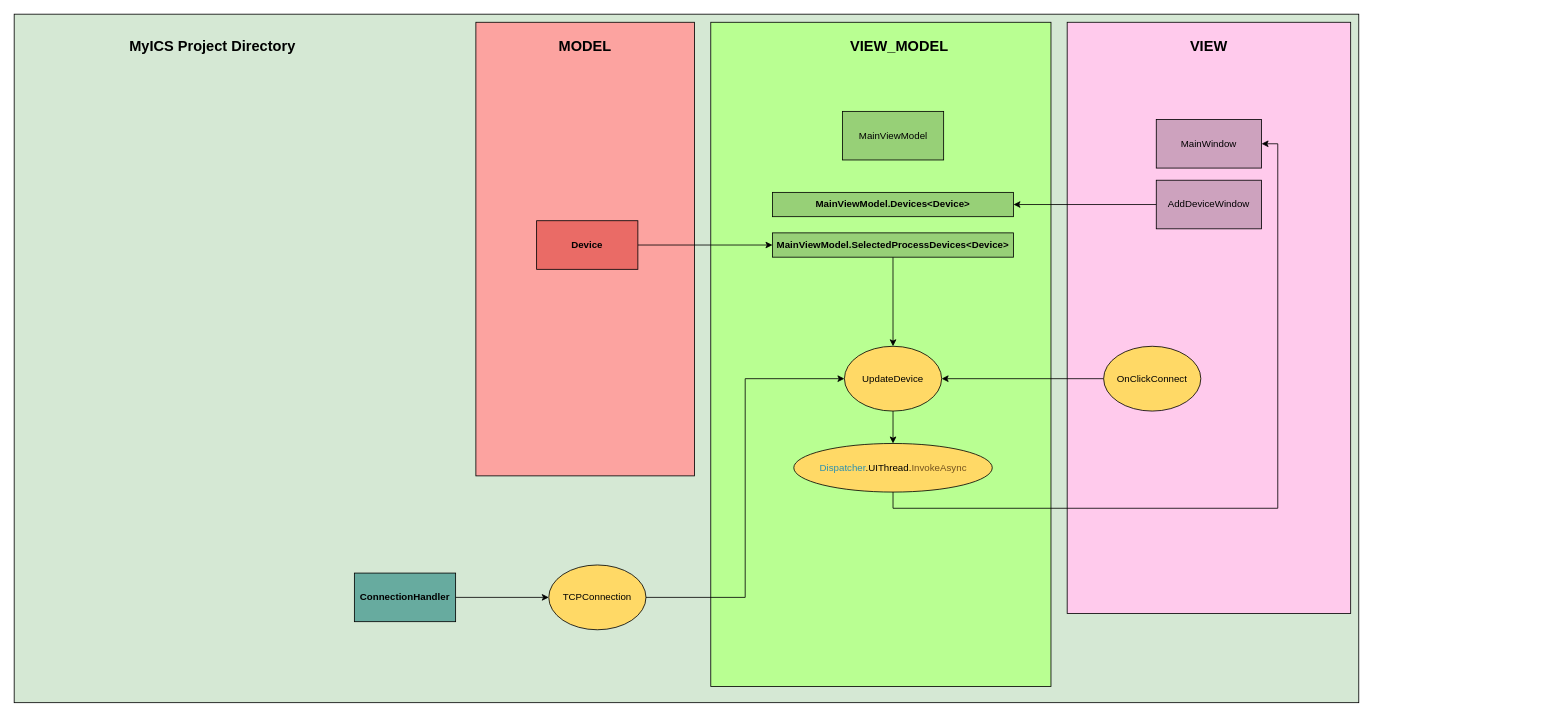
reccejack/MyICS_2.1_Working keeps this draw.io diagram as page "Logic MindMap" (8 of 11) of MyICSv2.1-LOGIC-GeneralSchema.drawio. Above is the earlier version. Source tidied: cells renumbered, new cells numbered last; positions are measured from the earlier drawing's top-left corner, leaving out a move shared by most shapes. Both pictures are drawn from the tidied source at 81%, with x=0, y=0 at pixel (14, 14).
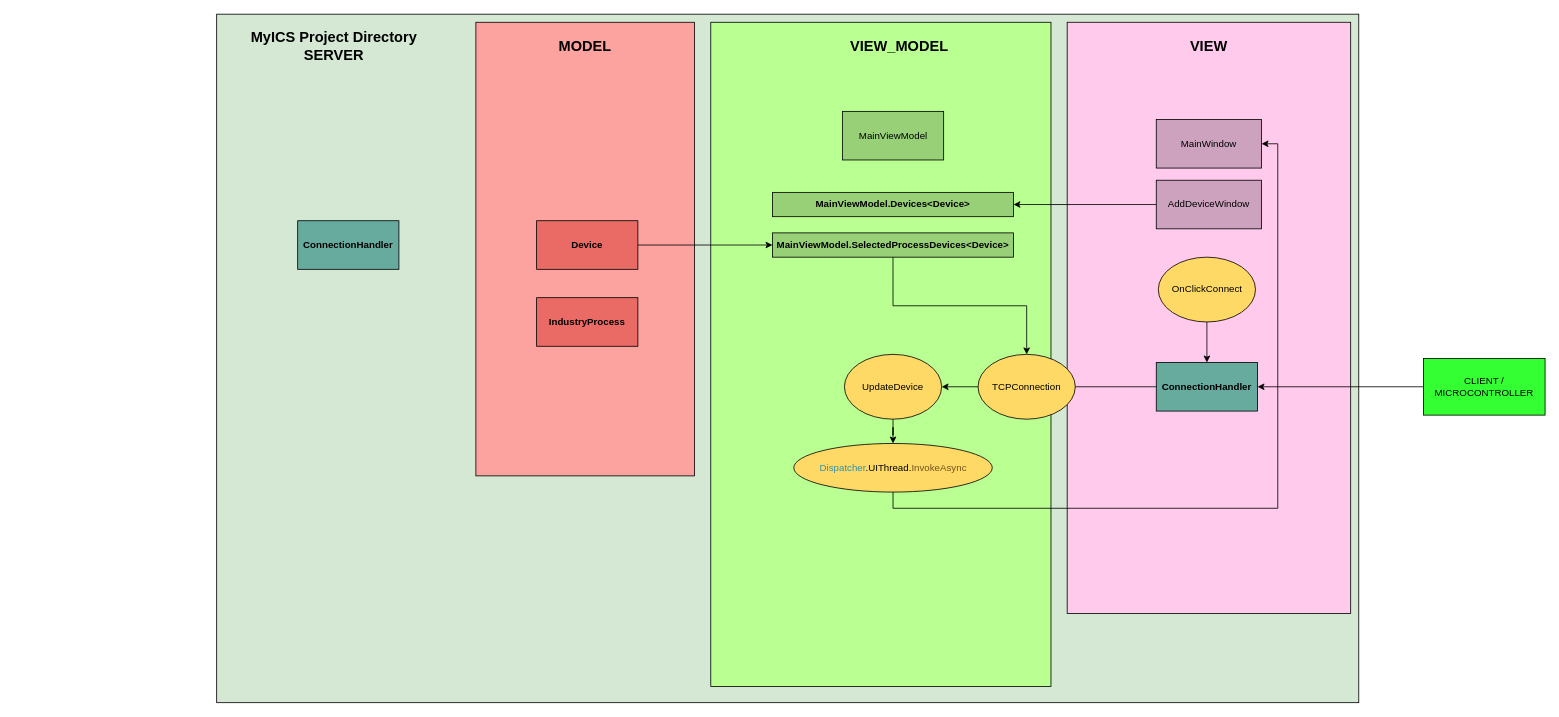
After the change.

Unchanged cells that the change refers to:
```xml
<mxCell id="16" value="&lt;b&gt;MainViewModel.SelectedProcessDevices&amp;lt;Device&amp;gt;&lt;/b&gt;" style="rounded=0;whiteSpace=wrap;html=1;fillColor=#97D077;" parent="1" vertex="1">
  <mxGeometry x="936.2" y="270" width="297.5" height="30" as="geometry" />
</mxCell>
```

Change to the diagram source:
```diff
@@
     <mxCell id="2" style="rounded=0;whiteSpace=wrap;html=1;fillColor=#D5E8D4;" parent="1" vertex="1">
-      <mxGeometry width="1660" height="850" as="geometry" />
+      <mxGeometry x="250" width="1410" height="850" as="geometry" />
     </mxCell>
@@
     <mxCell id="12" value="UpdateDevice" style="ellipse;whiteSpace=wrap;html=1;fillColor=#FFD966;" parent="1" vertex="1">
-      <mxGeometry x="1025" y="410" width="120" height="80" as="geometry" />
+      <mxGeometry x="1025" y="420" width="120" height="80" as="geometry" />
     </mxCell>
-    <mxCell id="13" style="edgeStyle=orthogonalEdgeStyle;rounded=0;jettySize=auto;html=1;exitX=0;exitY=0.5;exitDx=0;exitDy=0;entryX=1;entryY=0.5;entryDx=0;entryDy=0;" parent="1" edge="1" source="14" target="12">
-      <mxGeometry relative="1" as="geometry" />
-    </mxCell>
+    <mxCell id="30" style="edgeStyle=orthogonalEdgeStyle;rounded=0;jettySize=auto;html=1;exitX=0.5;exitY=1;exitDx=0;exitDy=0;entryX=0.5;entryY=0;entryDx=0;entryDy=0;" parent="1" edge="1" source="14" target="33">
+      <mxGeometry relative="1" as="geometry" />
+    </mxCell>
     <mxCell id="14" value="OnClickConnect" style="ellipse;whiteSpace=wrap;html=1;fillColor=#FFD966;" parent="1" vertex="1">
-      <mxGeometry x="1345" y="410" width="120" height="80" as="geometry" />
+      <mxGeometry x="1412.5" y="300" width="120" height="80" as="geometry" />
     </mxCell>
-    <mxCell id="15" style="edgeStyle=orthogonalEdgeStyle;rounded=0;jettySize=auto;html=1;exitX=0.5;exitY=1;exitDx=0;exitDy=0;" parent="1" edge="1" source="16" target="12">
+    <mxCell id="15" style="edgeStyle=orthogonalEdgeStyle;rounded=0;jettySize=auto;html=1;exitX=0.5;exitY=1;exitDx=0;exitDy=0;entryX=0.5;entryY=0;entryDx=0;entryDy=0;" parent="1" edge="1" source="16" target="29">
       <mxGeometry relative="1" as="geometry" />
     </mxCell>
@@
-    <mxCell id="22" value="&lt;b&gt;&lt;font style=&quot;font-size: 18px&quot;&gt;MyICS Project Directory&lt;/font&gt;&lt;/b&gt;" style="text;html=1;strokeColor=none;fillColor=none;align=center;verticalAlign=middle;whiteSpace=wrap;rounded=0;" parent="1" vertex="1">
-      <mxGeometry x="130" y="20" width="230" height="40" as="geometry" />
+    <mxCell id="22" value="&lt;b&gt;&lt;font style=&quot;font-size: 18px&quot;&gt;MyICS Project Directory&lt;br&gt;SERVER&lt;br&gt;&lt;/font&gt;&lt;/b&gt;" style="text;html=1;strokeColor=none;fillColor=none;align=center;verticalAlign=middle;whiteSpace=wrap;rounded=0;" parent="1" vertex="1">
+      <mxGeometry x="280" y="20" width="230" height="40" as="geometry" />
     </mxCell>
-    <mxCell id="23" style="edgeStyle=orthogonalEdgeStyle;rounded=0;jettySize=auto;html=1;exitX=1;exitY=0.5;exitDx=0;exitDy=0;entryX=0;entryY=0.5;entryDx=0;entryDy=0;" parent="1" edge="1" source="24" target="29">
-      <mxGeometry relative="1" as="geometry" />
-    </mxCell>
     <mxCell id="24" value="&lt;b&gt;ConnectionHandler&lt;/b&gt;" style="rounded=0;whiteSpace=wrap;html=1;fillColor=#67AB9F;" parent="1" vertex="1">
-      <mxGeometry x="420" y="690" width="125" height="60" as="geometry" />
+      <mxGeometry x="350" y="255" width="125" height="60" as="geometry" />
     </mxCell>
@@
-    <mxCell id="28" style="edgeStyle=orthogonalEdgeStyle;rounded=0;jettySize=auto;html=1;exitX=1;exitY=0.5;exitDx=0;exitDy=0;entryX=0;entryY=0.5;entryDx=0;entryDy=0;" parent="1" edge="1" source="29" target="12">
-      <mxGeometry relative="1" as="geometry" />
-    </mxCell>
+    <mxCell id="31" value="&lt;b&gt;IndustryProcess&lt;/b&gt;" style="rounded=0;whiteSpace=wrap;html=1;fillColor=#EA6B66;" parent="1" vertex="1">
+      <mxGeometry x="645" y="350" width="125" height="60" as="geometry" />
+    </mxCell>
+    <mxCell id="32" style="edgeStyle=orthogonalEdgeStyle;rounded=0;jettySize=auto;html=1;exitX=0;exitY=0.5;exitDx=0;exitDy=0;entryX=1;entryY=0.5;entryDx=0;entryDy=0;" parent="1" edge="1" source="33" target="12">
+      <mxGeometry relative="1" as="geometry" />
+    </mxCell>
+    <mxCell id="33" value="&lt;b&gt;ConnectionHandler&lt;/b&gt;" style="rounded=0;whiteSpace=wrap;html=1;fillColor=#67AB9F;" parent="1" vertex="1">
+      <mxGeometry x="1410" y="430" width="125" height="60" as="geometry" />
+    </mxCell>
     <mxCell id="29" value="TCPConnection" style="ellipse;whiteSpace=wrap;html=1;fillColor=#FFD966;" parent="1" vertex="1">
-      <mxGeometry x="660" y="680" width="120" height="80" as="geometry" />
+      <mxGeometry x="1190" y="420" width="120" height="80" as="geometry" />
     </mxCell>
+    <mxCell id="34" style="edgeStyle=orthogonalEdgeStyle;rounded=0;jettySize=auto;html=1;exitX=0;exitY=0.5;exitDx=0;exitDy=0;entryX=1;entryY=0.5;entryDx=0;entryDy=0;" parent="1" edge="1" source="35" target="33">
+      <mxGeometry relative="1" as="geometry" />
+    </mxCell>
+    <mxCell id="35" value="CLIENT / MICROCONTROLLER" style="rounded=0;whiteSpace=wrap;html=1;fillColor=#33FF33;" parent="1" vertex="1">
+      <mxGeometry x="1740" y="425" width="150" height="70" as="geometry" />
+    </mxCell>
```
